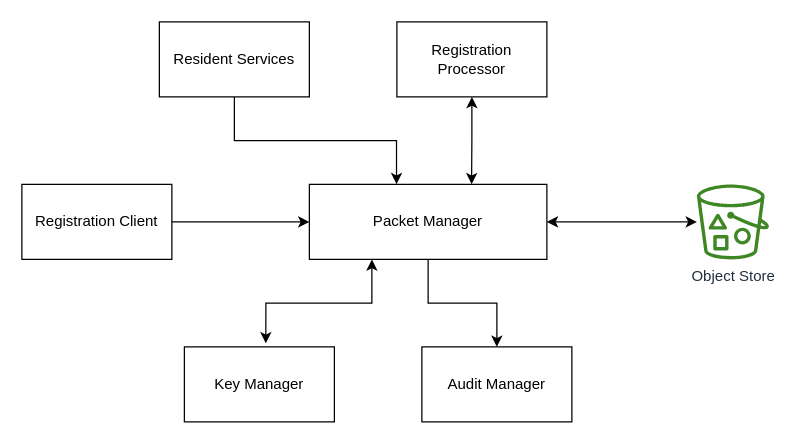
Before: docs/_images/packet-manager.drawio in mosip/documentation, a draw.io diagram. Source tidied: cells renumbered, new cells numbered last; positions are measured from the earlier drawing's top-left corner, leaving out a move shared by most shapes. Both pictures are drawn from the tidied source at 125%, with x=0, y=0 at pixel (21, 21).
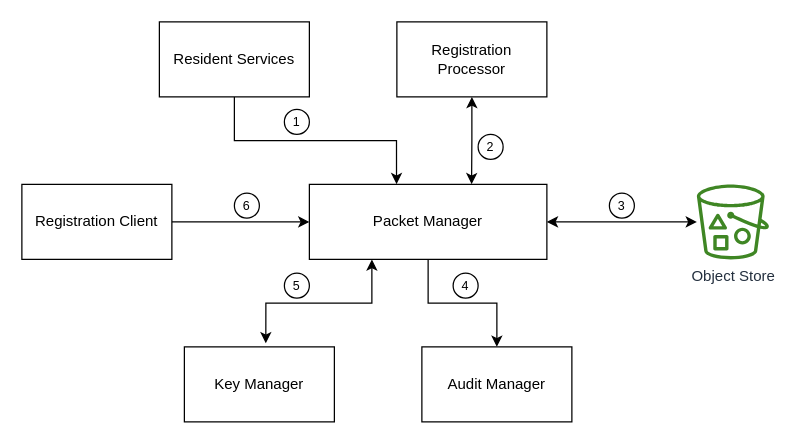
Above is the later version.

Change to the diagram source:
```diff
@@
+    <mxCell id="15" value="&lt;font style=&quot;font-size: 10px&quot;&gt;1&lt;/font&gt;" style="ellipse;whiteSpace=wrap;html=1;" parent="1" vertex="1">
+      <mxGeometry x="210" y="70" width="20" height="20" as="geometry" />
+    </mxCell>
+    <mxCell id="16" value="&lt;font style=&quot;font-size: 10px&quot;&gt;2&lt;/font&gt;" style="ellipse;whiteSpace=wrap;html=1;" parent="1" vertex="1">
+      <mxGeometry x="365" y="90" width="20" height="20" as="geometry" />
+    </mxCell>
+    <mxCell id="17" value="&lt;font style=&quot;font-size: 10px&quot;&gt;3&lt;/font&gt;" style="ellipse;whiteSpace=wrap;html=1;" parent="1" vertex="1">
+      <mxGeometry x="470" y="137" width="20" height="20" as="geometry" />
+    </mxCell>
+    <mxCell id="18" value="&lt;font style=&quot;font-size: 10px&quot;&gt;4&lt;/font&gt;" style="ellipse;whiteSpace=wrap;html=1;" parent="1" vertex="1">
+      <mxGeometry x="345" y="201" width="20" height="20" as="geometry" />
+    </mxCell>
+    <mxCell id="19" value="&lt;font style=&quot;font-size: 10px&quot;&gt;5&lt;/font&gt;" style="ellipse;whiteSpace=wrap;html=1;" parent="1" vertex="1">
+      <mxGeometry x="210" y="201" width="20" height="20" as="geometry" />
+    </mxCell>
+    <mxCell id="20" value="&lt;font style=&quot;font-size: 10px&quot;&gt;6&lt;/font&gt;" style="ellipse;whiteSpace=wrap;html=1;" parent="1" vertex="1">
+      <mxGeometry x="170" y="137" width="20" height="20" as="geometry" />
+    </mxCell>
```
